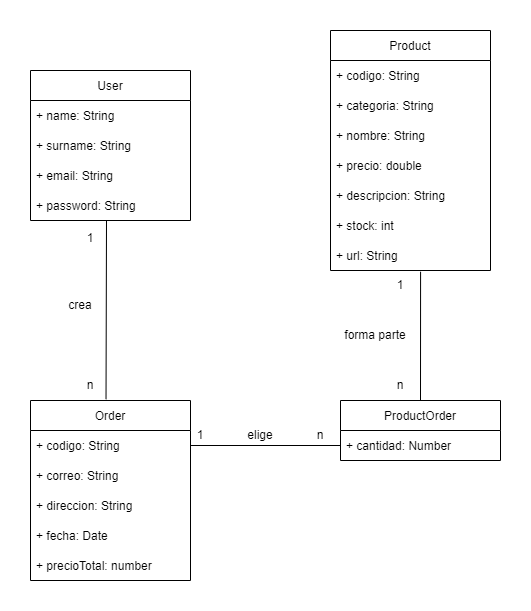
Earlier version of the draw.io export docs/images/08_Modelo_datos.png (Arquisoft/dede_es2c). Source tidied: cells renumbered, new cells last; positions are measured from the earlier drawing's top-left corner, leaving out a move shared by most shapes.
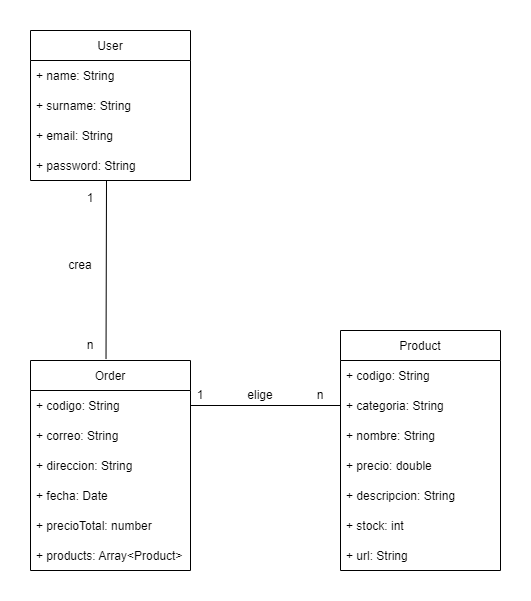
After the change.

Commit message:
Arreglo modelo de datos

Change to the diagram source:
```diff
@@ -18,11 +18,11 @@
       <mxGeometry y="120" width="160" height="30" as="geometry" />
     </mxCell>
     <mxCell id="7" value="Product" style="swimlane;fontStyle=0;horizontal=1;startSize=30;" parent="1" vertex="1">
-      <mxGeometry x="300" width="160" height="240" as="geometry" />
+      <mxGeometry x="310" y="340" width="160" height="240" as="geometry" />
     </mxCell>
-    <mxCell id="8" value="+ codigo: String" style="text;strokeColor=none;fillColor=none;align=left;verticalAlign=middle;spacingLeft=4;spacingRight=4;overflow=hidden;" parent="7" vertex="1">
-      <mxGeometry y="30" width="160" height="30" as="geometry" />
-    </mxCell>
+    <mxCell id="35" value="+ codigo: String" style="text;strokeColor=none;fillColor=none;align=left;verticalAlign=middle;spacingLeft=4;spacingRight=4;overflow=hidden;" parent="7" vertex="1">
+      <mxGeometry y="30" width="160" height="30" as="geometry" />
+    </mxCell>
     <mxCell id="9" value="+ categoria: String" style="text;strokeColor=none;fillColor=none;align=left;verticalAlign=middle;spacingLeft=4;spacingRight=4;overflow=hidden;" parent="7" vertex="1">
       <mxGeometry y="60" width="160" height="30" as="geometry" />
     </mxCell>
@@ -42,11 +42,11 @@
       <mxGeometry y="210" width="160" height="30" as="geometry" />
     </mxCell>
     <mxCell id="15" value="Order" style="swimlane;fontStyle=0;horizontal=1;startSize=30;" parent="1" vertex="1">
-      <mxGeometry y="370" width="160" height="180" as="geometry" />
+      <mxGeometry y="370" width="160" height="210" as="geometry" />
     </mxCell>
-    <mxCell id="16" value="+ codigo: String" style="text;strokeColor=none;fillColor=none;align=left;verticalAlign=middle;spacingLeft=4;spacingRight=4;overflow=hidden;points=[[0,0.5],[1,0.5]];portConstraint=eastwest;" parent="15" vertex="1">
-      <mxGeometry y="30" width="160" height="30" as="geometry" />
-    </mxCell>
+    <mxCell id="36" value="+ codigo: String" style="text;strokeColor=none;fillColor=none;align=left;verticalAlign=middle;spacingLeft=4;spacingRight=4;overflow=hidden;points=[[0,0.5],[1,0.5]];portConstraint=eastwest;" parent="15" vertex="1">
+      <mxGeometry y="30" width="160" height="30" as="geometry" />
+    </mxCell>
     <mxCell id="17" value="+ correo: String" style="text;strokeColor=none;fillColor=none;align=left;verticalAlign=middle;spacingLeft=4;spacingRight=4;overflow=hidden;" parent="15" vertex="1">
       <mxGeometry y="60" width="160" height="30" as="geometry" />
     </mxCell>
@@ -59,49 +59,42 @@
     <mxCell id="20" value="+ precioTotal: number" style="text;strokeColor=none;fillColor=none;align=left;verticalAlign=middle;spacingLeft=4;spacingRight=4;overflow=hidden;" parent="15" vertex="1">
       <mxGeometry y="150" width="160" height="30" as="geometry" />
     </mxCell>
-    <mxCell id="21" value="n" style="text;html=1;strokeColor=none;fillColor=none;align=center;verticalAlign=middle;whiteSpace=wrap;rounded=0;" parent="1" vertex="1">
-      <mxGeometry x="30" y="340" width="60" height="30" as="geometry" />
-    </mxCell>
-    <mxCell id="22" value="ProductOrder" style="swimlane;fontStyle=0;horizontal=1;startSize=30;" parent="1" vertex="1">
-      <mxGeometry x="310" y="370" width="160" height="60" as="geometry" />
-    </mxCell>
-    <mxCell id="23" value="+ cantidad: Number" style="text;strokeColor=none;fillColor=none;align=left;verticalAlign=middle;spacingLeft=4;spacingRight=4;overflow=hidden;points=[[0,0.5],[1,0.5]];portConstraint=eastwest;" parent="22" vertex="1">
-      <mxGeometry y="30" width="160" height="30" as="geometry" />
-    </mxCell>
-    <mxCell id="24" style="endArrow=none;html=1;rounded=0;exitX=1;exitY=0.5;exitDx=0;exitDy=0;entryX=0;entryY=0.5;entryDx=0;entryDy=0;" parent="1" edge="1" source="16" target="23">
-      <mxGeometry relative="1" as="geometry" />
-    </mxCell>
-    <mxCell id="25" value="n" style="text;html=1;strokeColor=none;fillColor=none;align=center;verticalAlign=middle;whiteSpace=wrap;rounded=0;" parent="1" vertex="1">
-      <mxGeometry x="260" y="390" width="60" height="30" as="geometry" />
-    </mxCell>
-    <mxCell id="26" value="n" style="text;html=1;strokeColor=none;fillColor=none;align=center;verticalAlign=middle;whiteSpace=wrap;rounded=0;" parent="1" vertex="1">
-      <mxGeometry x="340" y="340" width="60" height="30" as="geometry" />
-    </mxCell>
-    <mxCell id="27" value="1" style="text;html=1;strokeColor=none;fillColor=none;align=center;verticalAlign=middle;whiteSpace=wrap;rounded=0;" parent="1" vertex="1">
-      <mxGeometry x="340" y="240" width="60" height="30" as="geometry" />
-    </mxCell>
-    <mxCell id="28" value="1" style="text;html=1;strokeColor=none;fillColor=none;align=center;verticalAlign=middle;whiteSpace=wrap;rounded=0;" parent="1" vertex="1">
-      <mxGeometry x="30" y="190" width="60" height="35" as="geometry" />
-    </mxCell>
-    <mxCell id="29" value="1" style="text;html=1;strokeColor=none;fillColor=none;align=center;verticalAlign=middle;whiteSpace=wrap;rounded=0;" parent="1" vertex="1">
-      <mxGeometry x="140" y="390" width="60" height="30" as="geometry" />
-    </mxCell>
+    <mxCell id="37" value="+ products: Array&lt;Product&gt;" style="text;strokeColor=none;fillColor=none;align=left;verticalAlign=middle;spacingLeft=4;spacingRight=4;overflow=hidden;" parent="15" vertex="1">
+      <mxGeometry y="180" width="160" height="30" as="geometry" />
+    </mxCell>
+    <mxCell id="38" value="n" style="text;html=1;strokeColor=none;fillColor=none;align=center;verticalAlign=middle;whiteSpace=wrap;rounded=0;" parent="1" vertex="1">
+      <mxGeometry x="30" y="340" width="60" height="30" as="geometry" />
+    </mxCell>
+    <mxCell id="39" style="endArrow=none;html=1;rounded=0;exitX=1;exitY=0.5;exitDx=0;exitDy=0;entryX=0;entryY=0.5;entryDx=0;entryDy=0;" parent="1" edge="1" source="36">
+      <mxGeometry relative="1" as="geometry">
+        <mxPoint x="310" y="415" as="targetPoint" />
+      </mxGeometry>
+    </mxCell>
+    <mxCell id="40" value="n" style="text;html=1;strokeColor=none;fillColor=none;align=center;verticalAlign=middle;whiteSpace=wrap;rounded=0;" parent="1" vertex="1">
+      <mxGeometry x="260" y="390" width="60" height="30" as="geometry" />
+    </mxCell>
+    <mxCell id="41" value="1" style="text;html=1;strokeColor=none;fillColor=none;align=center;verticalAlign=middle;whiteSpace=wrap;rounded=0;" parent="1" vertex="1">
+      <mxGeometry x="30" y="190" width="60" height="35" as="geometry" />
+    </mxCell>
+    <mxCell id="42" value="1" style="text;html=1;strokeColor=none;fillColor=none;align=center;verticalAlign=middle;whiteSpace=wrap;rounded=0;" parent="1" vertex="1">
+      <mxGeometry x="140" y="390" width="60" height="30" as="geometry" />
+    </mxCell>
     <mxCell id="30" value="crea" style="text;html=1;strokeColor=none;fillColor=none;align=center;verticalAlign=middle;whiteSpace=wrap;rounded=0;" parent="1" vertex="1">
       <mxGeometry x="20" y="260" width="60" height="30" as="geometry" />
     </mxCell>
     <mxCell id="31" value="elige" style="text;html=1;strokeColor=none;fillColor=none;align=center;verticalAlign=middle;whiteSpace=wrap;rounded=0;" parent="1" vertex="1">
       <mxGeometry x="200" y="390" width="60" height="30" as="geometry" />
     </mxCell>
-    <mxCell id="32" value="forma parte" style="text;html=1;strokeColor=none;fillColor=none;align=center;verticalAlign=middle;whiteSpace=wrap;rounded=0;" parent="1" vertex="1">
-      <mxGeometry x="310" y="290" width="70" height="30" as="geometry" />
-    </mxCell>
-    <mxCell id="33" style="endArrow=none;html=1;rounded=0;exitX=0.472;exitY=-0.007;exitDx=0;exitDy=0;exitPerimeter=0;" parent="1" edge="1" source="15">
-      <mxGeometry relative="1" as="geometry">
-        <mxPoint x="76" y="190" as="targetPoint" />
-      </mxGeometry>
-    </mxCell>
-    <mxCell id="34" style="endArrow=none;html=1;rounded=0;exitX=0.5;exitY=0;exitDx=0;exitDy=0;entryX=0.563;entryY=1.041;entryDx=0;entryDy=0;entryPerimeter=0;" parent="1" edge="1" source="22" target="14">
-      <mxGeometry relative="1" as="geometry" />
-    </mxCell>
+    <mxCell id="43" style="endArrow=none;html=1;rounded=0;exitX=0.472;exitY=-0.007;exitDx=0;exitDy=0;exitPerimeter=0;" parent="1" edge="1" source="15">
+      <mxGeometry relative="1" as="geometry">
+        <mxPoint x="76" y="190" as="targetPoint" />
+      </mxGeometry>
+    </mxCell>
+    <mxCell id="44" style="edgeStyle=orthogonalEdgeStyle;rounded=0;orthogonalLoop=1;jettySize=auto;html=1;exitX=0.5;exitY=1;exitDx=0;exitDy=0;" parent="1" edge="1">
+      <mxGeometry relative="1" as="geometry">
+        <mxPoint x="390" y="430" as="sourcePoint" />
+        <mxPoint x="390" y="430" as="targetPoint" />
+      </mxGeometry>
+    </mxCell>
   </root>
 </mxGraphModel>
```
